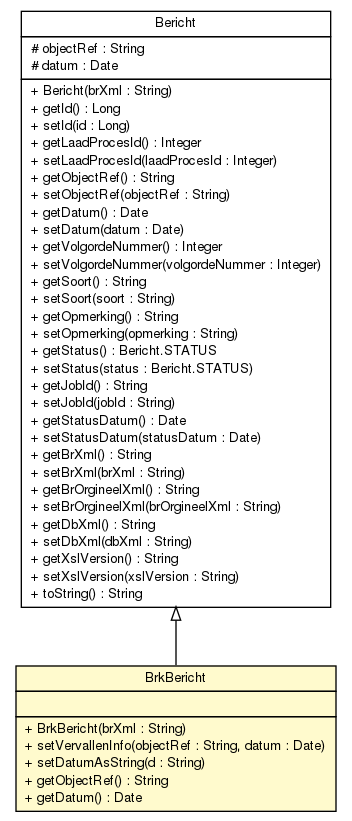
Before: brmo-loader/apidocs/nl/b3p/brmo/loader/entity/BrkBericht.png, a diagram exported from Graphviz (B3Partners/brmo). Its source is kept beside it as brmo-loader/apidocs/nl/b3p/brmo/loader/entity/BrkBericht.dot.
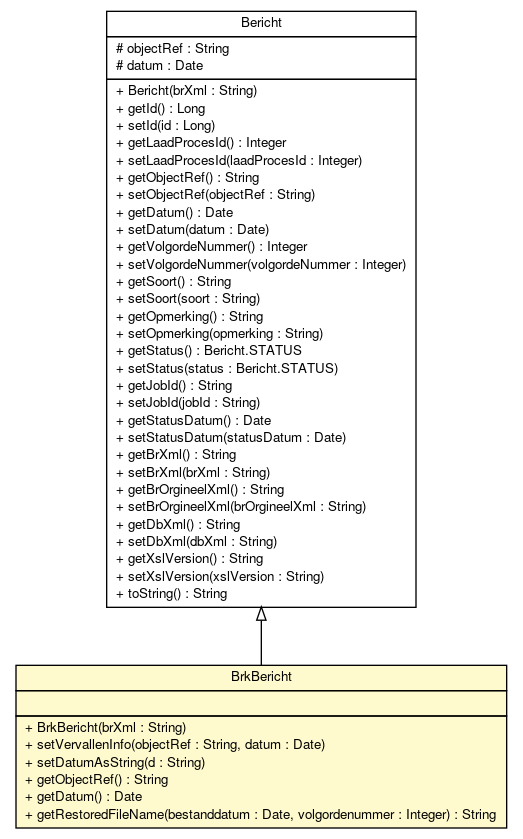
The same file after the commit.

Change to the diagram source:
```diff
@@ -4,7 +4,7 @@
 	node [fontname="Helvetica",fontsize=10,shape=plaintext];
 	nodesep=0.25;
 	ranksep=0.5;
-	c1008 [label=<<table title="nl.b3p.brmo.loader.entity.Bericht" border="0" cellborder="1" cellspacing="0" cellpadding="2" port="p" href="./Bericht.html">
+	c1443 [label=<<table title="nl.b3p.brmo.loader.entity.Bericht" border="0" cellborder="1" cellspacing="0" cellpadding="2" port="p" href="./Bericht.html">
 		<tr><td><table border="0" cellspacing="0" cellpadding="1">
 <tr><td align="center" balign="center"> Bericht </td></tr>
 		</table></td></tr>
@@ -45,7 +45,7 @@
 <tr><td align="left" balign="left"> + toString() : String </td></tr>
 		</table></td></tr>
 		</table>>, URL="./Bericht.html", fontname="Helvetica", fontcolor="black", fontsize=10.0];
-	c1010 [label=<<table title="nl.b3p.brmo.loader.entity.BrkBericht" border="0" cellborder="1" cellspacing="0" cellpadding="2" port="p" bgcolor="lemonChiffon" href="./BrkBericht.html">
+	c1445 [label=<<table title="nl.b3p.brmo.loader.entity.BrkBericht" border="0" cellborder="1" cellspacing="0" cellpadding="2" port="p" bgcolor="lemonChiffon" href="./BrkBericht.html">
 		<tr><td><table border="0" cellspacing="0" cellpadding="1">
 <tr><td align="center" balign="center"> BrkBericht </td></tr>
 		</table></td></tr>
@@ -58,7 +58,8 @@
 <tr><td align="left" balign="left"> + setDatumAsString(d : String) </td></tr>
 <tr><td align="left" balign="left"> + getObjectRef() : String </td></tr>
 <tr><td align="left" balign="left"> + getDatum() : Date </td></tr>
+<tr><td align="left" balign="left"> + getRestoredFileName(bestanddatum : Date, volgordenummer : Integer) : String </td></tr>
 		</table></td></tr>
 		</table>>, URL="./BrkBericht.html", fontname="Helvetica", fontcolor="black", fontsize=10.0];
-	c1008:p -> c1010:p [dir=back,arrowtail=empty];
+	c1443:p -> c1445:p [dir=back,arrowtail=empty];
 }
```
